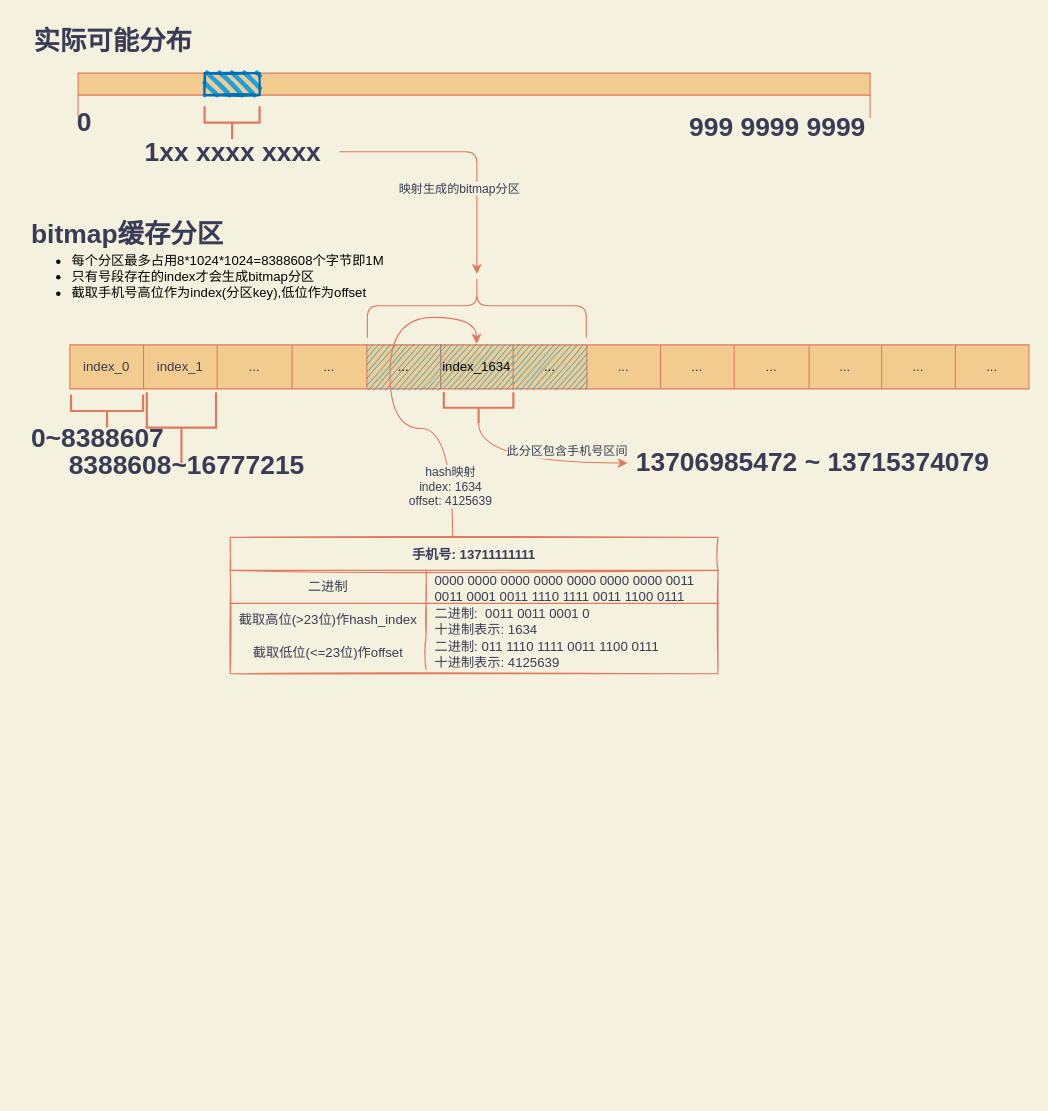
jiangxiewei/draw.io keeps this draw.io diagram as 手机号bitmap.drawio. Above is the earlier version. Source tidied: cells renumbered, new cells numbered last; positions are measured from the earlier drawing's top-left corner, leaving out a move shared by most shapes. Both pictures are drawn from the tidied source at 110%, with x=0, y=0 at pixel (19, 19).
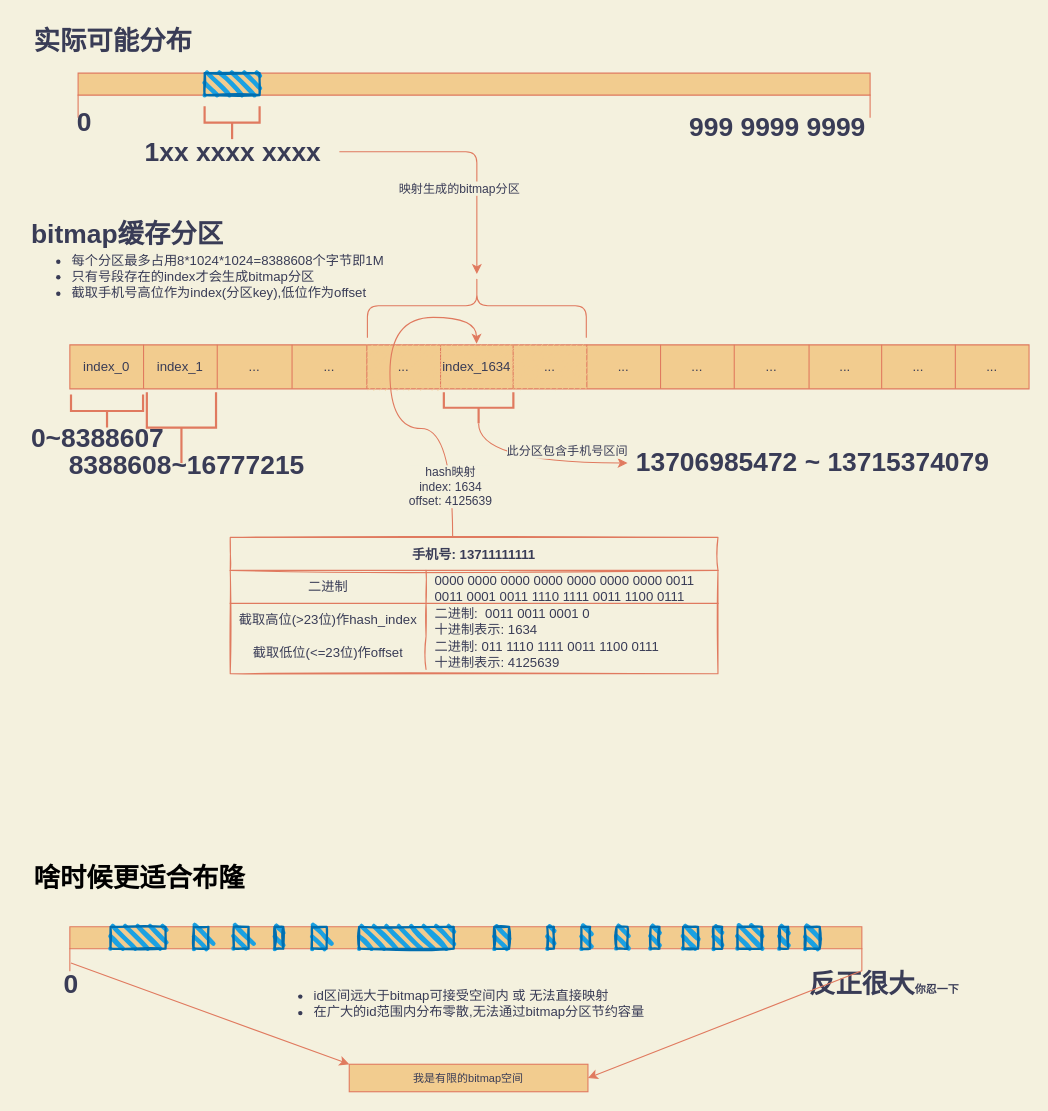
After the change.

Commit message:
忘了改了啥,不过应该是终版了.

Unchanged cells that the change refers to:
```xml
<mxCell id="14" style="shape=partialRectangle;html=1;whiteSpace=wrap;fillColor=none;top=0;left=0;bottom=0;right=0;points=[[0,0.5],[1,0.5]];portConstraint=eastwest;strokeColor=#E07A5F;fontColor=#393C56;" parent="13" vertex="1">
  <mxGeometry width="872" height="40" as="geometry" />
</mxCell>
```

Diff of the diagram source:
```diff
@@
-    <mxCell id="12" style="whiteSpace=wrap;html=1;strokeWidth=2;fillWeight=4;hachureGap=8;hachureAngle=45;fillColor=#1ba1e2;fontColor=#ffffff;strokeColor=#006EAF;sketch=1;" parent="1" vertex="1">
+    <mxCell id="12" style="whiteSpace=wrap;html=1;strokeWidth=2;fillWeight=4;hachureGap=8;hachureAngle=45;sketch=1;fillColor=#1ba1e2;strokeColor=#006EAF;fontColor=#ffffff;" parent="1" vertex="1">
       <mxGeometry x="168.5" y="49" width="50" height="20" as="geometry" />
     </mxCell>
@@
-    <mxCell id="19" value="..." style="shape=partialRectangle;html=1;whiteSpace=wrap;fillColor=#1ba1e2;top=0;left=0;bottom=0;right=0;overflow=hidden;fontColor=#030303;strokeColor=#006EAF;sketch=1;" parent="14" vertex="1">
+    <mxCell id="19" value="..." style="shape=partialRectangle;html=1;whiteSpace=wrap;top=0;left=0;bottom=0;right=0;overflow=hidden;sketch=1;fillColor=#F2CC8F;strokeColor=#E07A5F;fontColor=#393C56;" parent="14" vertex="1">
       <mxGeometry x="270" width="67" height="40" as="geometry" />
     </mxCell>
-    <mxCell id="20" value="index_1634" style="shape=partialRectangle;html=1;whiteSpace=wrap;fillColor=#1ba1e2;top=0;left=0;bottom=0;right=0;overflow=hidden;fontColor=#030303;strokeColor=#006EAF;sketch=1;shadow=0;" parent="14" vertex="1">
+    <mxCell id="20" value="index_1634" style="shape=partialRectangle;html=1;whiteSpace=wrap;top=0;left=0;bottom=0;right=0;overflow=hidden;sketch=1;shadow=0;fillColor=#F2CC8F;strokeColor=#E07A5F;fontColor=#393C56;" parent="14" vertex="1">
       <mxGeometry x="337" width="66" height="40" as="geometry" />
     </mxCell>
-    <mxCell id="21" value="..." style="shape=partialRectangle;html=1;whiteSpace=wrap;fillColor=#1ba1e2;top=0;left=0;bottom=0;right=0;overflow=hidden;fontColor=#030303;strokeColor=#006EAF;sketch=1;" parent="14" vertex="1">
+    <mxCell id="21" value="..." style="shape=partialRectangle;html=1;whiteSpace=wrap;top=0;left=0;bottom=0;right=0;overflow=hidden;sketch=1;fillColor=#F2CC8F;strokeColor=#E07A5F;fontColor=#393C56;" parent="14" vertex="1">
       <mxGeometry x="403" width="67" height="40" as="geometry" />
     </mxCell>
@@
-    <mxCell id="51" value="&lt;ul&gt;&lt;li&gt;每个分区最多占用8*1024*1024=8388608个字节即1M&lt;/li&gt;&lt;li&gt;只有号段存在的index才会生成bitmap分区&lt;/li&gt;&lt;li&gt;截取手机号高位作为index(分区key),低位作为offset&lt;/li&gt;&lt;/ul&gt;" style="text;strokeColor=none;fillColor=none;html=1;whiteSpace=wrap;verticalAlign=middle;overflow=hidden;rounded=0;shadow=0;sketch=0;fontColor=#030303;" parent="1" vertex="1">
+    <mxCell id="51" value="&lt;ul&gt;&lt;li&gt;每个分区最多占用8*1024*1024=8388608个字节即1M&lt;/li&gt;&lt;li&gt;只有号段存在的index才会生成bitmap分区&lt;/li&gt;&lt;li&gt;截取手机号高位作为index(分区key),低位作为offset&lt;/li&gt;&lt;/ul&gt;" style="text;strokeColor=none;fillColor=none;html=1;whiteSpace=wrap;verticalAlign=middle;overflow=hidden;rounded=0;shadow=0;sketch=0;fontColor=#393C56;" parent="1" vertex="1">
       <mxGeometry x="6" y="194" width="328.5" height="80" as="geometry" />
     </mxCell>
+    <mxCell id="52" style="verticalLabelPosition=bottom;verticalAlign=top;html=1;shape=mxgraph.basic.rect;fillColor2=none;strokeWidth=1;size=20;indent=5;fillColor=#F2CC8F;strokeColor=#E07A5F;fontColor=#393C56;" parent="1" vertex="1">
+      <mxGeometry x="46" y="825" width="720" height="20" as="geometry" />
+    </mxCell>
+    <mxCell id="53" style="shape=partialRectangle;whiteSpace=wrap;html=1;top=0;bottom=0;fillColor=none;strokeColor=#E07A5F;fontColor=#393C56;" parent="1" vertex="1">
+      <mxGeometry x="46" y="845" width="720" height="20" as="geometry" />
+    </mxCell>
+    <mxCell id="54" value="&lt;font color=&quot;#000000&quot;&gt;啥时候更适合布隆&lt;/font&gt;" style="text;strokeColor=none;fillColor=none;html=1;fontSize=24;fontStyle=1;verticalAlign=middle;align=center;fontColor=#393C56;" parent="1" vertex="1">
+      <mxGeometry y="761" width="218" height="40" as="geometry" />
+    </mxCell>
+    <mxCell id="55" style="whiteSpace=wrap;html=1;strokeWidth=2;fillWeight=4;hachureGap=8;hachureAngle=45;sketch=1;fillColor=#1ba1e2;strokeColor=#006EAF;fontColor=#ffffff;" parent="1" vertex="1">
+      <mxGeometry x="83" y="825" width="50" height="20" as="geometry" />
+    </mxCell>
+    <mxCell id="56" style="whiteSpace=wrap;html=1;strokeWidth=2;fillWeight=4;hachureGap=8;hachureAngle=45;sketch=1;fillColor=#1ba1e2;strokeColor=#006EAF;fontColor=#ffffff;" parent="1" vertex="1">
+      <mxGeometry x="158.5" y="825" width="13.5" height="20" as="geometry" />
+    </mxCell>
+    <mxCell id="57" style="whiteSpace=wrap;html=1;strokeWidth=2;fillWeight=4;hachureGap=8;hachureAngle=45;sketch=1;fillColor=#1ba1e2;strokeColor=#006EAF;fontColor=#ffffff;" parent="1" vertex="1">
+      <mxGeometry x="603.5" y="825" width="13.5" height="20" as="geometry" />
+    </mxCell>
+    <mxCell id="58" style="whiteSpace=wrap;html=1;strokeWidth=2;fillWeight=4;hachureGap=8;hachureAngle=45;sketch=1;fillColor=#1ba1e2;strokeColor=#006EAF;fontColor=#ffffff;" parent="1" vertex="1">
+      <mxGeometry x="309" y="825" width="86" height="20" as="geometry" />
+    </mxCell>
+    <mxCell id="59" style="whiteSpace=wrap;html=1;strokeWidth=2;fillWeight=4;hachureGap=8;hachureAngle=45;sketch=1;fillColor=#1ba1e2;strokeColor=#006EAF;fontColor=#ffffff;" parent="1" vertex="1">
+      <mxGeometry x="232" y="825" width="8" height="20" as="geometry" />
+    </mxCell>
+    <mxCell id="60" style="whiteSpace=wrap;html=1;strokeWidth=2;fillWeight=4;hachureGap=8;hachureAngle=45;sketch=1;fillColor=#1ba1e2;strokeColor=#006EAF;fontColor=#ffffff;" parent="1" vertex="1">
+      <mxGeometry x="480" y="825" width="6" height="20" as="geometry" />
+    </mxCell>
+    <mxCell id="61" style="whiteSpace=wrap;html=1;strokeWidth=2;fillWeight=4;hachureGap=8;hachureAngle=45;sketch=1;fillColor=#1ba1e2;strokeColor=#006EAF;fontColor=#ffffff;" parent="1" vertex="1">
+      <mxGeometry x="653" y="825" width="22" height="20" as="geometry" />
+    </mxCell>
+    <mxCell id="62" style="whiteSpace=wrap;html=1;strokeWidth=2;fillWeight=4;hachureGap=8;hachureAngle=45;sketch=1;fillColor=#1ba1e2;strokeColor=#006EAF;fontColor=#ffffff;" parent="1" vertex="1">
+      <mxGeometry x="543" y="825" width="10" height="20" as="geometry" />
+    </mxCell>
+    <mxCell id="63" style="whiteSpace=wrap;html=1;strokeWidth=2;fillWeight=4;hachureGap=8;hachureAngle=45;sketch=1;fillColor=#1ba1e2;strokeColor=#006EAF;fontColor=#ffffff;" parent="1" vertex="1">
+      <mxGeometry x="431.8" y="825" width="13.5" height="20" as="geometry" />
+    </mxCell>
+    <mxCell id="64" style="whiteSpace=wrap;html=1;strokeWidth=2;fillWeight=4;hachureGap=8;hachureAngle=45;sketch=1;fillColor=#1ba1e2;strokeColor=#006EAF;fontColor=#ffffff;" parent="1" vertex="1">
+      <mxGeometry x="266" y="825" width="13.5" height="20" as="geometry" />
+    </mxCell>
+    <mxCell id="65" style="whiteSpace=wrap;html=1;strokeWidth=2;fillWeight=4;hachureGap=8;hachureAngle=45;sketch=1;fillColor=#1ba1e2;strokeColor=#006EAF;fontColor=#ffffff;" parent="1" vertex="1">
+      <mxGeometry x="714.2" y="825" width="13.5" height="20" as="geometry" />
+    </mxCell>
+    <mxCell id="66" style="whiteSpace=wrap;html=1;strokeWidth=2;fillWeight=4;hachureGap=8;hachureAngle=45;sketch=1;fillColor=#1ba1e2;strokeColor=#006EAF;fontColor=#ffffff;" parent="1" vertex="1">
+      <mxGeometry x="195" y="825" width="13.5" height="20" as="geometry" />
+    </mxCell>
+    <mxCell id="67" value="0" style="text;strokeColor=none;fillColor=none;html=1;fontSize=24;fontStyle=1;verticalAlign=middle;align=center;fontColor=#393C56;" parent="1" vertex="1">
+      <mxGeometry x="32" y="858" width="30" height="40" as="geometry" />
+    </mxCell>
+    <mxCell id="68" value="反正很大&lt;font style=&quot;font-size: 10px&quot;&gt;你忍一下&lt;/font&gt;" style="text;strokeColor=none;fillColor=none;html=1;fontSize=24;fontStyle=1;verticalAlign=middle;align=center;fontColor=#393C56;" parent="1" vertex="1">
+      <mxGeometry x="720" y="845" width="131" height="65" as="geometry" />
+    </mxCell>
+    <mxCell id="69" style="whiteSpace=wrap;html=1;strokeWidth=2;fillWeight=4;hachureGap=8;hachureAngle=45;sketch=1;fillColor=#1ba1e2;strokeColor=#006EAF;fontColor=#ffffff;" parent="1" vertex="1">
+      <mxGeometry x="511" y="825" width="8" height="20" as="geometry" />
+    </mxCell>
+    <mxCell id="70" style="whiteSpace=wrap;html=1;strokeWidth=2;fillWeight=4;hachureGap=8;hachureAngle=45;sketch=1;fillColor=#1ba1e2;strokeColor=#006EAF;fontColor=#ffffff;" parent="1" vertex="1">
+      <mxGeometry x="574" y="825" width="8" height="20" as="geometry" />
+    </mxCell>
+    <mxCell id="71" style="whiteSpace=wrap;html=1;strokeWidth=2;fillWeight=4;hachureGap=8;hachureAngle=45;sketch=1;fillColor=#1ba1e2;strokeColor=#006EAF;fontColor=#ffffff;" parent="1" vertex="1">
+      <mxGeometry x="631" y="825" width="8" height="20" as="geometry" />
+    </mxCell>
+    <mxCell id="72" style="whiteSpace=wrap;html=1;strokeWidth=2;fillWeight=4;hachureGap=8;hachureAngle=45;sketch=1;fillColor=#1ba1e2;strokeColor=#006EAF;fontColor=#ffffff;" parent="1" vertex="1">
+      <mxGeometry x="691" y="825" width="8" height="20" as="geometry" />
+    </mxCell>
+    <mxCell id="73" value="我是有限的bitmap空间" style="rounded=0;whiteSpace=wrap;html=1;fontSize=10;fillColor=#F2CC8F;strokeColor=#E07A5F;fontColor=#393C56;" parent="1" vertex="1">
+      <mxGeometry x="300" y="950" width="217" height="25" as="geometry" />
+    </mxCell>
+    <mxCell id="74" style="endArrow=classic;html=1;rounded=0;fontSize=10;exitX=0.5;exitY=0;exitDx=0;exitDy=0;entryX=0;entryY=0;entryDx=0;entryDy=0;labelBackgroundColor=#F4F1DE;strokeColor=#E07A5F;fontColor=#393C56;" parent="1" edge="1" source="67" target="73">
+      <mxGeometry relative="1" as="geometry" />
+    </mxCell>
+    <mxCell id="75" style="endArrow=classic;html=1;rounded=0;fontSize=10;entryX=1;entryY=0.5;entryDx=0;entryDy=0;exitX=1;exitY=1;exitDx=0;exitDy=0;labelBackgroundColor=#F4F1DE;strokeColor=#E07A5F;fontColor=#393C56;" parent="1" edge="1" source="53" target="73">
+      <mxGeometry relative="1" as="geometry" />
+    </mxCell>
+    <mxCell id="76" value="&lt;ul&gt;&lt;li&gt;id区间远大于bitmap可接受空间内 或 无法直接映射&lt;/li&gt;&lt;li&gt;在广大的id范围内分布零散,无法通过bitmap分区节约容量&lt;/li&gt;&lt;/ul&gt;" style="text;strokeColor=none;fillColor=none;html=1;whiteSpace=wrap;verticalAlign=middle;overflow=hidden;rounded=0;sketch=0;fontColor=#393C56;" parent="1" vertex="1">
+      <mxGeometry x="225.5" y="855" width="366" height="80" as="geometry" />
+    </mxCell>
```
